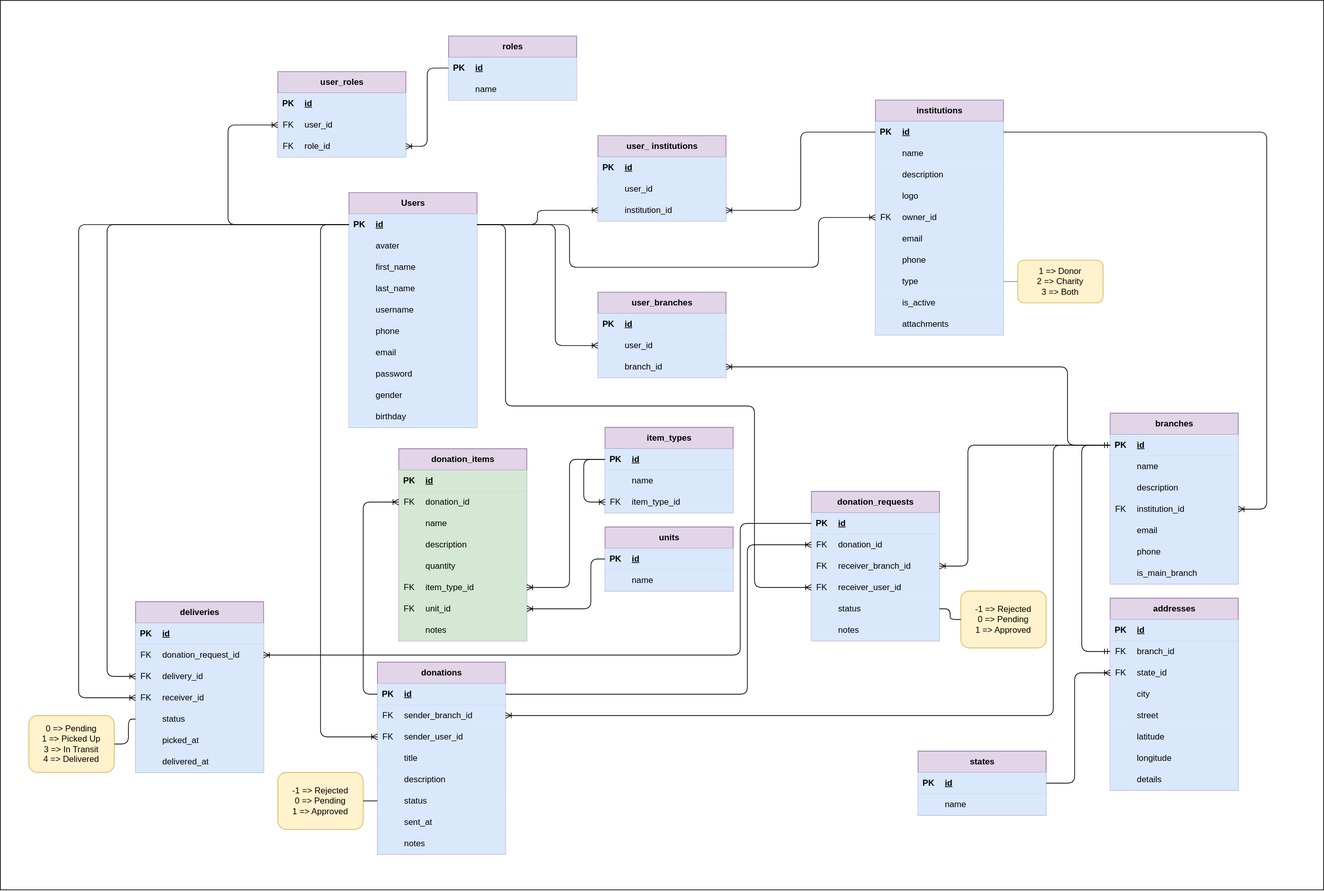
Before: erd.drawio.svg, a diagram exported from draw.io (eng-mhd-ammar/Koun-Back-End). Source tidied: cells renumbered, new cells last; positions are measured from the earlier drawing's top-left corner, leaving out a move shared by most shapes.
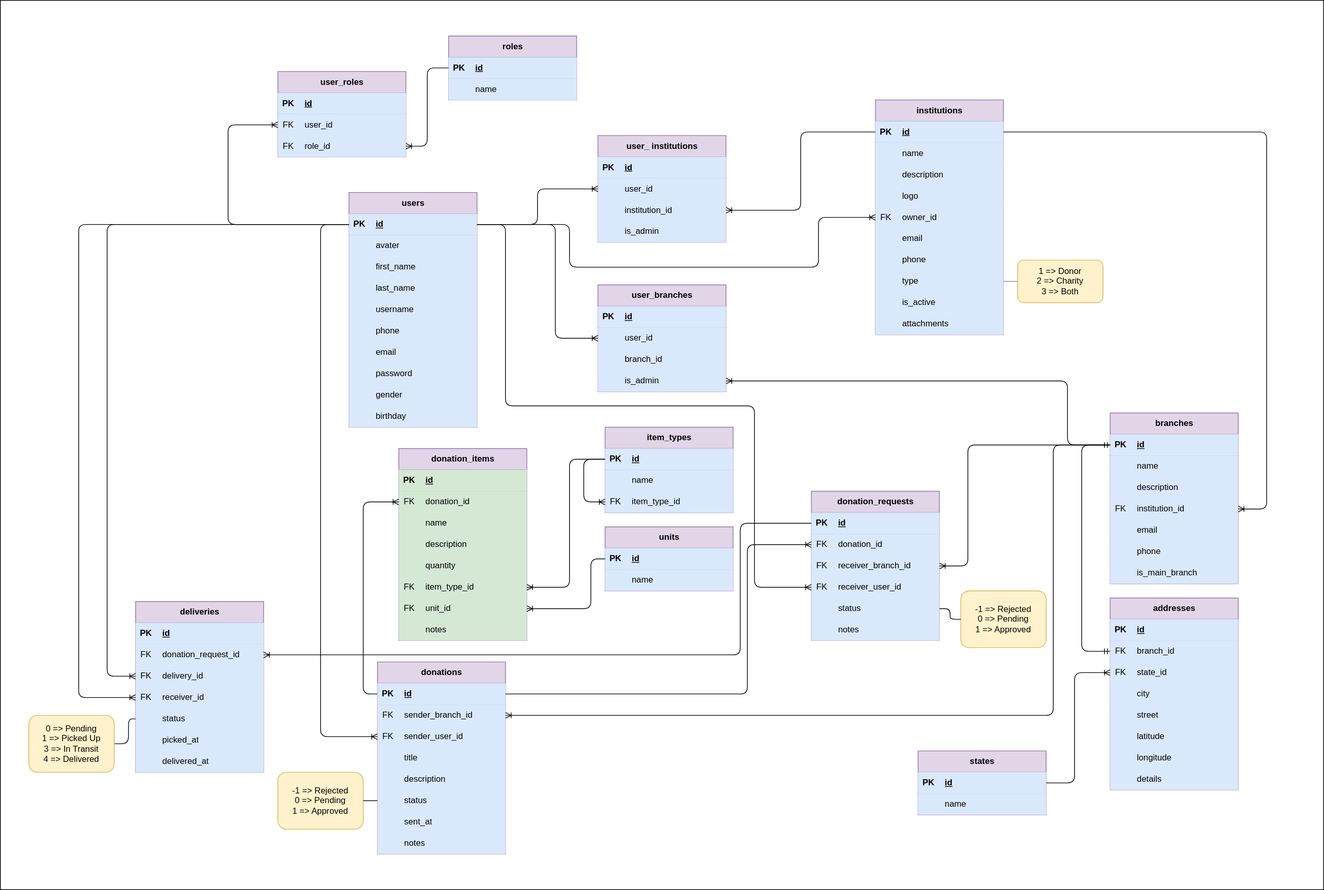
The same file after the commit.

Diff of the diagram source:
```diff
@@ -5,7 +5,7 @@
     <mxCell id="2" style="rounded=0;whiteSpace=wrap;html=1;" parent="1" vertex="1">
       <mxGeometry width="1860" height="1250" as="geometry" />
     </mxCell>
-    <mxCell id="3" value="Users" style="shape=table;startSize=30;rowLines=0;fontStyle=1;align=center;html=1;fillColor=#e1d5e7;strokeColor=#9673a6;" parent="1" vertex="1">
+    <mxCell id="3" value="users" style="shape=table;startSize=30;rowLines=0;fontStyle=1;align=center;html=1;fillColor=#e1d5e7;strokeColor=#9673a6;" parent="1" vertex="1">
       <mxGeometry x="490" y="270" width="180" height="330" as="geometry" />
     </mxCell>
     <mxCell id="4" style="shape=tableRow;horizontal=0;startSize=0;swimlaneHead=0;swimlaneBody=0;fillColor=#dae8fc;points=[[0,0.5],[1,0.5]];portConstraint=eastwest;top=0;left=0;right=0;bottom=1;strokeColor=#6c8ebf;" parent="3" vertex="1">
@@ -285,7 +285,7 @@
       <mxGeometry x="30" width="150" height="30" as="geometry" />
     </mxCell>
     <mxCell id="96" value="user_&lt;span style=&quot;color: rgb(0, 0, 0);&quot;&gt;institutions&lt;/span&gt;" style="shape=table;startSize=30;rowLines=0;fontStyle=1;align=center;html=1;fillColor=#e1d5e7;strokeColor=#9673a6;rounded=0;swimlaneLine=1;shadow=0;" parent="1" vertex="1">
-      <mxGeometry x="840" y="190" width="180" height="120" as="geometry" />
+      <mxGeometry x="840" y="190" width="180" height="150" as="geometry" />
     </mxCell>
     <mxCell id="97" style="shape=tableRow;horizontal=0;startSize=0;swimlaneHead=0;swimlaneBody=0;fillColor=#dae8fc;top=0;left=0;right=0;bottom=1;strokeColor=#6c8ebf;" parent="96" vertex="1">
       <mxGeometry y="30" width="180" height="30" as="geometry" />
@@ -296,26 +296,35 @@
     <mxCell id="99" value="id" style="shape=partialRectangle;fillColor=#dae8fc;top=0;left=0;bottom=0;right=0;align=left;spacingLeft=6;fontStyle=5;overflow=hidden;whiteSpace=wrap;html=1;strokeColor=#6c8ebf;" parent="97" vertex="1">
       <mxGeometry x="30" width="150" height="30" as="geometry" />
     </mxCell>
+    <mxCell id="294" style="shape=tableRow;horizontal=0;startSize=0;swimlaneHead=0;swimlaneBody=0;fillColor=#dae8fc;top=0;left=0;right=0;bottom=0;strokeColor=#6c8ebf;" parent="96" vertex="1">
+      <mxGeometry y="60" width="180" height="30" as="geometry" />
+    </mxCell>
+    <mxCell id="295" style="shape=partialRectangle;fillColor=#dae8fc;top=0;left=0;bottom=0;right=0;overflow=hidden;whiteSpace=wrap;html=1;strokeColor=#6c8ebf;" parent="294" vertex="1">
+      <mxGeometry width="30" height="30" as="geometry" />
+    </mxCell>
+    <mxCell id="296" value="user_id" style="shape=partialRectangle;fillColor=#dae8fc;top=0;left=0;bottom=0;right=0;align=left;spacingLeft=6;overflow=hidden;whiteSpace=wrap;html=1;strokeColor=#6c8ebf;" parent="294" vertex="1">
+      <mxGeometry x="30" width="150" height="30" as="geometry" />
+    </mxCell>
     <mxCell id="100" style="shape=tableRow;horizontal=0;startSize=0;swimlaneHead=0;swimlaneBody=0;fillColor=#dae8fc;points=[[0,0.5],[1,0.5]];portConstraint=eastwest;top=0;left=0;right=0;bottom=0;strokeColor=#6c8ebf;" parent="96" vertex="1">
-      <mxGeometry y="60" width="180" height="30" as="geometry" />
+      <mxGeometry y="90" width="180" height="30" as="geometry" />
     </mxCell>
     <mxCell id="101" style="shape=partialRectangle;fillColor=#dae8fc;top=0;left=0;bottom=0;right=0;overflow=hidden;whiteSpace=wrap;html=1;strokeColor=#6c8ebf;" parent="100" vertex="1">
       <mxGeometry width="30" height="30" as="geometry" />
     </mxCell>
-    <mxCell id="102" value="user_id" style="shape=partialRectangle;fillColor=#dae8fc;top=0;left=0;bottom=0;right=0;align=left;spacingLeft=6;overflow=hidden;whiteSpace=wrap;html=1;strokeColor=#6c8ebf;" parent="100" vertex="1">
+    <mxCell id="102" value="&lt;span style=&quot;color: rgb(0, 0, 0); text-align: center; text-wrap-mode: nowrap;&quot;&gt;institution_id&lt;/span&gt;" style="shape=partialRectangle;fillColor=#dae8fc;top=0;left=0;bottom=0;right=0;align=left;spacingLeft=6;overflow=hidden;whiteSpace=wrap;html=1;strokeColor=#6c8ebf;" parent="100" vertex="1">
       <mxGeometry x="30" width="150" height="30" as="geometry" />
     </mxCell>
     <mxCell id="103" style="shape=tableRow;horizontal=0;startSize=0;swimlaneHead=0;swimlaneBody=0;fillColor=#dae8fc;points=[[0,0.5],[1,0.5]];portConstraint=eastwest;top=0;left=0;right=0;bottom=0;strokeColor=#6c8ebf;" parent="96" vertex="1">
-      <mxGeometry y="90" width="180" height="30" as="geometry" />
+      <mxGeometry y="120" width="180" height="30" as="geometry" />
     </mxCell>
     <mxCell id="104" style="shape=partialRectangle;fillColor=#dae8fc;top=0;left=0;bottom=0;right=0;overflow=hidden;whiteSpace=wrap;html=1;strokeColor=#6c8ebf;" parent="103" vertex="1">
       <mxGeometry width="30" height="30" as="geometry" />
     </mxCell>
-    <mxCell id="105" value="&lt;span style=&quot;color: rgb(0, 0, 0); text-align: center; text-wrap-mode: nowrap;&quot;&gt;institution_id&lt;/span&gt;" style="shape=partialRectangle;fillColor=#dae8fc;top=0;left=0;bottom=0;right=0;align=left;spacingLeft=6;overflow=hidden;whiteSpace=wrap;html=1;strokeColor=#6c8ebf;" parent="103" vertex="1">
+    <mxCell id="105" value="is_admin" style="shape=partialRectangle;fillColor=#dae8fc;top=0;left=0;bottom=0;right=0;align=left;spacingLeft=6;overflow=hidden;whiteSpace=wrap;html=1;strokeColor=#6c8ebf;" parent="103" vertex="1">
       <mxGeometry x="30" width="150" height="30" as="geometry" />
     </mxCell>
     <mxCell id="106" value="user_branches" style="shape=table;startSize=30;rowLines=0;fontStyle=1;align=center;html=1;fillColor=#e1d5e7;strokeColor=#9673a6;" parent="1" vertex="1">
-      <mxGeometry x="840" y="410" width="180" height="120" as="geometry" />
+      <mxGeometry x="840" y="400" width="180" height="150" as="geometry" />
     </mxCell>
     <mxCell id="107" style="shape=tableRow;horizontal=0;startSize=0;swimlaneHead=0;swimlaneBody=0;fillColor=#dae8fc;top=0;left=0;right=0;bottom=1;strokeColor=#6c8ebf;" parent="106" vertex="1">
       <mxGeometry y="30" width="180" height="30" as="geometry" />
@@ -335,13 +344,22 @@
     <mxCell id="112" value="user_id" style="shape=partialRectangle;fillColor=#dae8fc;top=0;left=0;bottom=0;right=0;align=left;spacingLeft=6;overflow=hidden;whiteSpace=wrap;html=1;strokeColor=#6c8ebf;" parent="110" vertex="1">
       <mxGeometry x="30" width="150" height="30" as="geometry" />
     </mxCell>
+    <mxCell id="297" style="shape=tableRow;horizontal=0;startSize=0;swimlaneHead=0;swimlaneBody=0;fillColor=#dae8fc;top=0;left=0;right=0;bottom=0;strokeColor=#6c8ebf;" parent="106" vertex="1">
+      <mxGeometry y="90" width="180" height="30" as="geometry" />
+    </mxCell>
+    <mxCell id="298" style="shape=partialRectangle;fillColor=#dae8fc;top=0;left=0;bottom=0;right=0;overflow=hidden;whiteSpace=wrap;html=1;strokeColor=#6c8ebf;" parent="297" vertex="1">
+      <mxGeometry width="30" height="30" as="geometry" />
+    </mxCell>
+    <mxCell id="299" value="&lt;span style=&quot;color: rgb(0, 0, 0); text-align: center; text-wrap-mode: nowrap;&quot;&gt;branch_id&lt;/span&gt;" style="shape=partialRectangle;fillColor=#dae8fc;top=0;left=0;bottom=0;right=0;align=left;spacingLeft=6;overflow=hidden;whiteSpace=wrap;html=1;strokeColor=#6c8ebf;" parent="297" vertex="1">
+      <mxGeometry x="30" width="150" height="30" as="geometry" />
+    </mxCell>
     <mxCell id="113" style="shape=tableRow;horizontal=0;startSize=0;swimlaneHead=0;swimlaneBody=0;fillColor=#dae8fc;points=[[0,0.5],[1,0.5]];portConstraint=eastwest;top=0;left=0;right=0;bottom=0;strokeColor=#6c8ebf;" parent="106" vertex="1">
-      <mxGeometry y="90" width="180" height="30" as="geometry" />
+      <mxGeometry y="120" width="180" height="30" as="geometry" />
     </mxCell>
     <mxCell id="114" style="shape=partialRectangle;fillColor=#dae8fc;top=0;left=0;bottom=0;right=0;overflow=hidden;whiteSpace=wrap;html=1;strokeColor=#6c8ebf;" parent="113" vertex="1">
       <mxGeometry width="30" height="30" as="geometry" />
     </mxCell>
-    <mxCell id="115" value="&lt;span style=&quot;color: rgb(0, 0, 0); text-align: center; text-wrap-mode: nowrap;&quot;&gt;branch_id&lt;/span&gt;" style="shape=partialRectangle;fillColor=#dae8fc;top=0;left=0;bottom=0;right=0;align=left;spacingLeft=6;overflow=hidden;whiteSpace=wrap;html=1;strokeColor=#6c8ebf;" parent="113" vertex="1">
+    <mxCell id="115" value="&lt;span style=&quot;color: rgb(0, 0, 0); text-align: center; text-wrap-mode: nowrap;&quot;&gt;is_admin&lt;/span&gt;" style="shape=partialRectangle;fillColor=#dae8fc;top=0;left=0;bottom=0;right=0;align=left;spacingLeft=6;overflow=hidden;whiteSpace=wrap;html=1;strokeColor=#6c8ebf;" parent="113" vertex="1">
       <mxGeometry x="30" width="150" height="30" as="geometry" />
     </mxCell>
     <mxCell id="116" style="edgeStyle=elbowEdgeStyle;fontSize=12;html=1;endArrow=ERoneToMany;exitX=1;exitY=0.5;exitDx=0;exitDy=0;entryX=1;entryY=0.5;entryDx=0;entryDy=0;" parent="1" edge="1" source="35" target="75">
@@ -351,10 +369,10 @@
         </Array>
       </mxGeometry>
     </mxCell>
-    <mxCell id="117" style="edgeStyle=elbowEdgeStyle;fontSize=12;html=1;endArrow=ERoneToMany;exitX=0;exitY=0.5;exitDx=0;exitDy=0;entryX=1;entryY=0.5;entryDx=0;entryDy=0;" parent="1" edge="1" source="35" target="103">
+    <mxCell id="117" style="edgeStyle=elbowEdgeStyle;fontSize=12;html=1;endArrow=ERoneToMany;exitX=0;exitY=0.5;exitDx=0;exitDy=0;entryX=1;entryY=0.5;entryDx=0;entryDy=0;" parent="1" edge="1" source="35" target="100">
       <mxGeometry relative="1" as="geometry" />
     </mxCell>
-    <mxCell id="118" style="edgeStyle=elbowEdgeStyle;fontSize=12;html=1;endArrow=ERoneToMany;exitX=1;exitY=0.5;exitDx=0;exitDy=0;entryX=0;entryY=0.5;entryDx=0;entryDy=0;" parent="1" edge="1" source="4" target="103">
+    <mxCell id="118" style="edgeStyle=elbowEdgeStyle;fontSize=12;html=1;endArrow=ERoneToMany;exitX=1;exitY=0.5;exitDx=0;exitDy=0;entryX=0;entryY=0.5;entryDx=0;entryDy=0;" parent="1" edge="1" source="4" target="96">
       <mxGeometry relative="1" as="geometry" />
     </mxCell>
     <mxCell id="119" style="edgeStyle=elbowEdgeStyle;fontSize=12;html=1;endArrow=ERoneToMany;exitX=1;exitY=0.5;exitDx=0;exitDy=0;entryX=0;entryY=0.5;entryDx=0;entryDy=0;" parent="1" edge="1" source="4" target="110">
```
